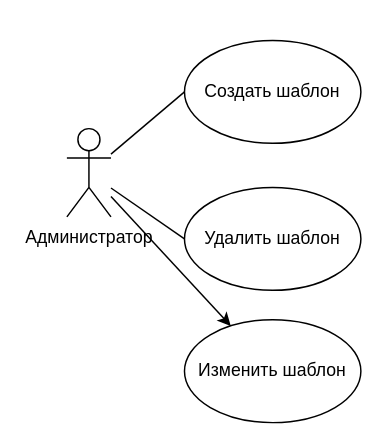
StanEkso/kanban-projecting keeps this draw.io diagram as page "Admin" (3 of 3) of use case.drawio. Above is the earlier version. Source tidied: cells renumbered, new cells numbered last; positions are measured from the earlier drawing's top-left corner, leaving out a move shared by most shapes. Both pictures are drawn from the tidied source at 147%, with x=0, y=0 at pixel (66, 40).
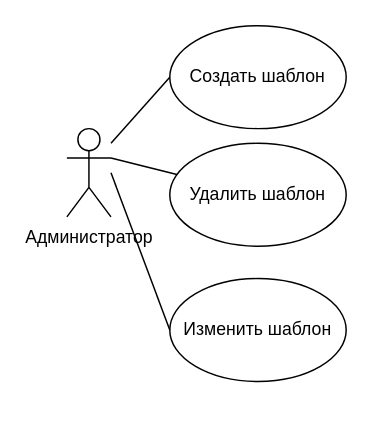
The same diagram, later.

Commit message:
feat: up for use case

Change to the diagram source:
```diff
@@
 <mxGraphModel>
   <root>
     <mxCell id="0" />
     <mxCell id="1" parent="0" />
     <mxCell id="2" value="Администратор" style="shape=umlActor;verticalLabelPosition=bottom;verticalAlign=top;html=1;outlineConnect=0;" parent="1" vertex="1">
       <mxGeometry y="60" width="30" height="60" as="geometry" />
     </mxCell>
     <mxCell id="3" value="Создать шаблон" style="ellipse;whiteSpace=wrap;html=1;" parent="1" vertex="1">
-      <mxGeometry x="80" width="120" height="70" as="geometry" />
+      <mxGeometry x="70" y="-10" width="120" height="70" as="geometry" />
     </mxCell>
     <mxCell id="4" value="Удалить шаблон" style="ellipse;whiteSpace=wrap;html=1;" parent="1" vertex="1">
-      <mxGeometry x="80" y="100" width="120" height="70" as="geometry" />
+      <mxGeometry x="70" y="70" width="120" height="70" as="geometry" />
     </mxCell>
-    <mxCell id="5" style="endArrow=none;html=1;rounded=0;entryX=0;entryY=0.5;entryDx=0;entryDy=0;" parent="1" edge="1" source="2" target="4">
-      <mxGeometry relative="1" as="geometry" />
-    </mxCell>
-    <mxCell id="6" style="endArrow=none;html=1;rounded=0;entryX=0;entryY=0.5;entryDx=0;entryDy=0;" parent="1" edge="1" source="2" target="3">
-      <mxGeometry relative="1" as="geometry" />
+    <mxCell id="6" style="endArrow=none;html=1;rounded=0;entryX=0;entryY=0.5;entryDx=0;entryDy=0;" parent="1" edge="1" target="3">
+      <mxGeometry relative="1" as="geometry">
+        <mxPoint x="30" y="70" as="sourcePoint" />
+      </mxGeometry>
     </mxCell>
     <mxCell id="7" value="Изменить шаблон" style="ellipse;whiteSpace=wrap;html=1;" parent="1" vertex="1">
-      <mxGeometry x="80" y="190" width="120" height="70" as="geometry" />
+      <mxGeometry x="70" y="162" width="120" height="70" as="geometry" />
     </mxCell>
-    <mxCell id="8" style="endArrow=classic;html=1;rounded=0;" parent="1" edge="1" source="2" target="7">
-      <mxGeometry relative="1" as="geometry" />
-    </mxCell>
+    <mxCell id="5" style="endArrow=none;html=1;rounded=0;exitX=1;exitY=0.3333333333333333;exitDx=0;exitDy=0;exitPerimeter=0;" parent="1" edge="1" source="2" target="4">
+      <mxGeometry relative="1" as="geometry" />
+    </mxCell>
+    <mxCell id="9" style="endArrow=none;html=1;rounded=0;entryX=0;entryY=0.5;entryDx=0;entryDy=0;" parent="1" edge="1" target="7">
+      <mxGeometry relative="1" as="geometry">
+        <mxPoint x="30" y="90" as="sourcePoint" />
+      </mxGeometry>
+    </mxCell>
   </root>
 </mxGraphModel>
```
